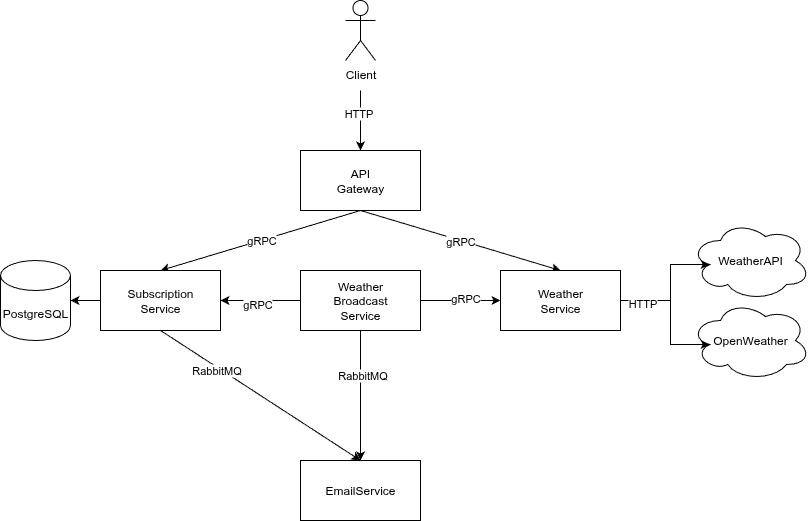
Earlier version of the draw.io export docs/microservices_preparation/microservice_separation.png (GenesisEducationKyiv/software-engineering-school-5-0-ANTONICE54). Source tidied: cells renumbered, new cells last; positions are measured from the earlier drawing's top-left corner, leaving out a move shared by most shapes. Its diagram source:
```xml
<mxGraphModel>
  <root>
    <mxCell id="0" />
    <mxCell id="1" parent="0" />
    <mxCell id="2" style="rounded=0;jettySize=auto;html=1;exitX=0.5;exitY=1;exitDx=0;exitDy=0;entryX=0.5;entryY=0;entryDx=0;entryDy=0;" parent="1" edge="1" source="6" target="10">
      <mxGeometry relative="1" as="geometry" />
    </mxCell>
    <mxCell id="3" value="gRPC" style="edgeLabel;html=1;align=center;verticalAlign=middle;" parent="2" vertex="1">
      <mxGeometry x="-0.29" y="-3" relative="1" as="geometry">
        <mxPoint x="29" y="6" as="offset" />
      </mxGeometry>
    </mxCell>
    <mxCell id="4" style="rounded=0;jettySize=auto;html=1;exitX=0.5;exitY=1;exitDx=0;exitDy=0;entryX=0.5;entryY=0;entryDx=0;entryDy=0;" parent="1" edge="1" source="6" target="9">
      <mxGeometry relative="1" as="geometry" />
    </mxCell>
    <mxCell id="5" value="gRPC" style="edgeLabel;html=1;align=center;verticalAlign=middle;" parent="4" vertex="1">
      <mxGeometry x="0.25" y="-1" relative="1" as="geometry">
        <mxPoint x="26" y="-7" as="offset" />
      </mxGeometry>
    </mxCell>
    <mxCell id="6" value="API&lt;br&gt;Gateway" style="rounded=0;whiteSpace=wrap;html=1;" parent="1" vertex="1">
      <mxGeometry x="300" y="150" width="120" height="60" as="geometry" />
    </mxCell>
    <mxCell id="7" style="rounded=0;jettySize=auto;html=1;exitX=0.5;exitY=1;exitDx=0;exitDy=0;entryX=0.5;entryY=0;entryDx=0;entryDy=0;" parent="1" edge="1" source="9" target="11">
      <mxGeometry relative="1" as="geometry" />
    </mxCell>
    <mxCell id="8" value="RabbitMQ" style="edgeLabel;html=1;align=center;verticalAlign=middle;" parent="7" vertex="1">
      <mxGeometry x="-0.43" y="-3" relative="1" as="geometry" />
    </mxCell>
    <mxCell id="9" value="Subscription&lt;div&gt;Service&lt;/div&gt;" style="rounded=0;whiteSpace=wrap;html=1;" parent="1" vertex="1">
      <mxGeometry x="100" y="270" width="120" height="60" as="geometry" />
    </mxCell>
    <mxCell id="10" value="Weather&lt;br&gt;Service" style="rounded=0;whiteSpace=wrap;html=1;" parent="1" vertex="1">
      <mxGeometry x="500" y="270" width="120" height="60" as="geometry" />
    </mxCell>
    <mxCell id="11" value="EmailService" style="rounded=0;whiteSpace=wrap;html=1;" parent="1" vertex="1">
      <mxGeometry x="300" y="460" width="120" height="60" as="geometry" />
    </mxCell>
    <mxCell id="12" value="Client" style="shape=umlActor;verticalLabelPosition=bottom;verticalAlign=top;html=1;" parent="1" vertex="1">
      <mxGeometry x="345" width="30" height="60" as="geometry" />
    </mxCell>
    <mxCell id="13" style="endArrow=classic;html=1;rounded=0;entryX=0.5;entryY=0;entryDx=0;entryDy=0;" parent="1" edge="1" target="6">
      <mxGeometry relative="1" as="geometry">
        <mxPoint x="360" y="90" as="sourcePoint" />
      </mxGeometry>
    </mxCell>
    <mxCell id="14" value="HTTP" style="edgeLabel;html=1;align=center;verticalAlign=middle;" parent="13" vertex="1">
      <mxGeometry x="-0.27" y="-3" relative="1" as="geometry" />
    </mxCell>
    <mxCell id="15" style="edgeStyle=orthogonalEdgeStyle;rounded=0;jettySize=auto;html=1;exitX=1;exitY=0.5;exitDx=0;exitDy=0;entryX=0;entryY=0.5;entryDx=0;entryDy=0;" parent="1" edge="1" source="19" target="10">
      <mxGeometry relative="1" as="geometry" />
    </mxCell>
    <mxCell id="16" value="gRPC" style="edgeLabel;html=1;align=center;verticalAlign=middle;" parent="15" vertex="1">
      <mxGeometry x="0.1" y="3" relative="1" as="geometry" />
    </mxCell>
    <mxCell id="17" style="rounded=0;jettySize=auto;html=1;exitX=0.5;exitY=1;exitDx=0;exitDy=0;entryX=0.5;entryY=0;entryDx=0;entryDy=0;" parent="1" edge="1" source="19" target="11">
      <mxGeometry relative="1" as="geometry" />
    </mxCell>
    <mxCell id="18" value="RabbitMQ" style="edgeLabel;html=1;align=center;verticalAlign=middle;" parent="17" vertex="1">
      <mxGeometry x="-0.33" y="1" relative="1" as="geometry" />
    </mxCell>
    <mxCell id="19" value="Weather&lt;div&gt;Broadcast&lt;br&gt;Service&lt;/div&gt;" style="rounded=0;whiteSpace=wrap;html=1;" parent="1" vertex="1">
      <mxGeometry x="300" y="270" width="120" height="60" as="geometry" />
    </mxCell>
    <mxCell id="20" style="edgeStyle=orthogonalEdgeStyle;rounded=0;jettySize=auto;html=1;exitX=0;exitY=0.5;exitDx=0;exitDy=0;entryX=1;entryY=0.5;entryDx=0;entryDy=0;" parent="1" edge="1" source="19" target="9">
      <mxGeometry relative="1" as="geometry" />
    </mxCell>
    <mxCell id="21" value="gRPC" style="edgeLabel;html=1;align=center;verticalAlign=middle;" parent="20" vertex="1">
      <mxGeometry x="0.1" y="3" relative="1" as="geometry" />
    </mxCell>
    <mxCell id="22" value="PostgreSQL" style="shape=cylinder3;whiteSpace=wrap;html=1;boundedLbl=1;backgroundOutline=1;size=15;" parent="1" vertex="1">
      <mxGeometry y="260" width="70" height="80" as="geometry" />
    </mxCell>
    <mxCell id="23" style="edgeStyle=orthogonalEdgeStyle;rounded=0;jettySize=auto;html=1;exitX=0;exitY=0.5;exitDx=0;exitDy=0;entryX=1;entryY=0.5;entryDx=0;entryDy=0;entryPerimeter=0;" parent="1" edge="1" source="9" target="22">
      <mxGeometry relative="1" as="geometry" />
    </mxCell>
    <mxCell id="24" value="WeatherAPI" style="ellipse;shape=cloud;whiteSpace=wrap;html=1;" parent="1" vertex="1">
      <mxGeometry x="690" y="220" width="120" height="80" as="geometry" />
    </mxCell>
    <mxCell id="25" value="OpenWeather" style="ellipse;shape=cloud;whiteSpace=wrap;html=1;" parent="1" vertex="1">
      <mxGeometry x="690" y="300" width="120" height="80" as="geometry" />
    </mxCell>
    <mxCell id="26" style="edgeStyle=orthogonalEdgeStyle;rounded=0;jettySize=auto;html=1;exitX=1;exitY=0.5;exitDx=0;exitDy=0;entryX=0.16;entryY=0.55;entryDx=0;entryDy=0;entryPerimeter=0;" parent="1" edge="1" source="10" target="24">
      <mxGeometry relative="1" as="geometry">
        <Array as="points">
          <mxPoint x="670" y="300" />
          <mxPoint x="670" y="264" />
        </Array>
      </mxGeometry>
    </mxCell>
    <mxCell id="27" style="edgeStyle=orthogonalEdgeStyle;rounded=0;jettySize=auto;html=1;exitX=1;exitY=0.5;exitDx=0;exitDy=0;entryX=0.16;entryY=0.55;entryDx=0;entryDy=0;entryPerimeter=0;" parent="1" edge="1" source="10" target="25">
      <mxGeometry relative="1" as="geometry">
        <Array as="points">
          <mxPoint x="670" y="300" />
          <mxPoint x="670" y="344" />
        </Array>
      </mxGeometry>
    </mxCell>
    <mxCell id="28" value="HTTP" style="edgeLabel;html=1;align=center;verticalAlign=middle;" parent="27" vertex="1">
      <mxGeometry x="-0.68" y="-2" relative="1" as="geometry" />
    </mxCell>
  </root>
</mxGraphModel>
```
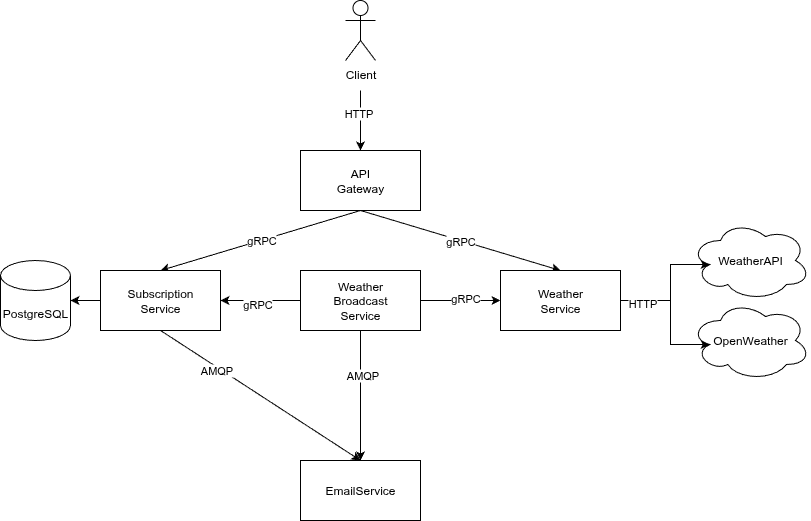
After the change.

Commit message:
Fix details in diagram

What changed in the source:
```diff
@@ -24,7 +24,7 @@
     <mxCell id="7" style="rounded=0;jettySize=auto;html=1;exitX=0.5;exitY=1;exitDx=0;exitDy=0;entryX=0.5;entryY=0;entryDx=0;entryDy=0;" parent="1" edge="1" source="9" target="11">
       <mxGeometry relative="1" as="geometry" />
     </mxCell>
-    <mxCell id="8" value="RabbitMQ" style="edgeLabel;html=1;align=center;verticalAlign=middle;" parent="7" vertex="1">
+    <mxCell id="8" value="AMQP" style="edgeLabel;html=1;align=center;verticalAlign=middle;" parent="7" vertex="1">
       <mxGeometry x="-0.43" y="-3" relative="1" as="geometry" />
     </mxCell>
     <mxCell id="9" value="Subscription&lt;div&gt;Service&lt;/div&gt;" style="rounded=0;whiteSpace=wrap;html=1;" parent="1" vertex="1">
@@ -56,7 +56,7 @@
     <mxCell id="17" style="rounded=0;jettySize=auto;html=1;exitX=0.5;exitY=1;exitDx=0;exitDy=0;entryX=0.5;entryY=0;entryDx=0;entryDy=0;" parent="1" edge="1" source="19" target="11">
       <mxGeometry relative="1" as="geometry" />
     </mxCell>
-    <mxCell id="18" value="RabbitMQ" style="edgeLabel;html=1;align=center;verticalAlign=middle;" parent="17" vertex="1">
+    <mxCell id="18" value="AMQP" style="edgeLabel;html=1;align=center;verticalAlign=middle;" parent="17" vertex="1">
       <mxGeometry x="-0.33" y="1" relative="1" as="geometry" />
     </mxCell>
     <mxCell id="19" value="Weather&lt;div&gt;Broadcast&lt;br&gt;Service&lt;/div&gt;" style="rounded=0;whiteSpace=wrap;html=1;" parent="1" vertex="1">
```
